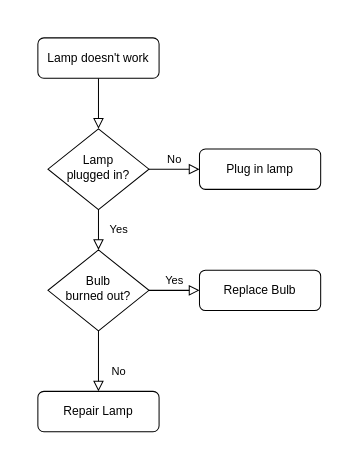
This is Untitled Diagram.drawio from Adeolu-Aremu/AIoT-Energy-Meter, a draw.io file, before an edit. Source tidied: cells renumbered, new cells numbered last; positions are measured from the earlier drawing's top-left corner, leaving out a move shared by most shapes. Both pictures are drawn from the tidied source at 101%, with x=0, y=0 at pixel (37, 37).
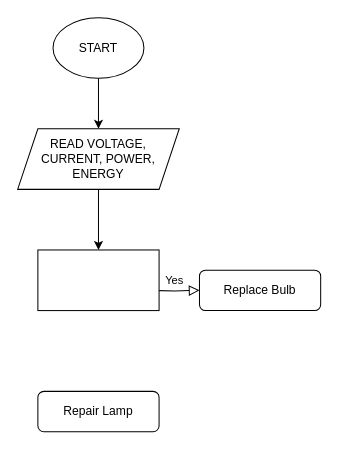
After the change.

Change to the diagram source:
```diff
@@
 <mxGraphModel>
   <root>
     <mxCell id="0" />
     <mxCell id="1" parent="0" />
-    <mxCell id="2" style="rounded=0;html=1;jettySize=auto;fontSize=11;endArrow=block;endFill=0;endSize=8;strokeWidth=1;shadow=0;labelBackgroundColor=none;edgeStyle=orthogonalEdgeStyle;" parent="1" edge="1" source="3" target="6">
-      <mxGeometry relative="1" as="geometry" />
-    </mxCell>
-    <mxCell id="3" value="Lamp doesn't work" style="rounded=1;whiteSpace=wrap;html=1;fontSize=12;glass=0;strokeWidth=1;shadow=0;" parent="1" vertex="1">
-      <mxGeometry width="120" height="40" as="geometry" />
-    </mxCell>
-    <mxCell id="4" value="Yes" style="rounded=0;html=1;jettySize=auto;fontSize=11;endArrow=block;endFill=0;endSize=8;strokeWidth=1;shadow=0;labelBackgroundColor=none;edgeStyle=orthogonalEdgeStyle;" parent="1" edge="1" source="6" target="10">
-      <mxGeometry y="20" relative="1" as="geometry" />
-    </mxCell>
-    <mxCell id="5" value="No" style="edgeStyle=orthogonalEdgeStyle;rounded=0;html=1;jettySize=auto;fontSize=11;endArrow=block;endFill=0;endSize=8;strokeWidth=1;shadow=0;labelBackgroundColor=none;" parent="1" edge="1" source="6" target="7">
-      <mxGeometry y="10" relative="1" as="geometry" />
-    </mxCell>
-    <mxCell id="6" value="Lamp&lt;br&gt;plugged in?" style="rhombus;whiteSpace=wrap;html=1;shadow=0;fontFamily=Helvetica;fontSize=12;align=center;strokeWidth=1;spacing=6;spacingTop=-4;" parent="1" vertex="1">
-      <mxGeometry x="10" y="90" width="100" height="80" as="geometry" />
-    </mxCell>
-    <mxCell id="7" value="Plug in lamp" style="rounded=1;whiteSpace=wrap;html=1;fontSize=12;glass=0;strokeWidth=1;shadow=0;" parent="1" vertex="1">
-      <mxGeometry x="160" y="110" width="120" height="40" as="geometry" />
-    </mxCell>
-    <mxCell id="8" value="No" style="rounded=0;html=1;jettySize=auto;fontSize=11;endArrow=block;endFill=0;endSize=8;strokeWidth=1;shadow=0;labelBackgroundColor=none;edgeStyle=orthogonalEdgeStyle;" parent="1" edge="1" source="10" target="11">
-      <mxGeometry x="0.33" y="20" relative="1" as="geometry" />
-    </mxCell>
-    <mxCell id="9" value="Yes" style="edgeStyle=orthogonalEdgeStyle;rounded=0;html=1;jettySize=auto;fontSize=11;endArrow=block;endFill=0;endSize=8;strokeWidth=1;shadow=0;labelBackgroundColor=none;" parent="1" edge="1" source="10" target="12">
-      <mxGeometry y="10" relative="1" as="geometry" />
+    <mxCell id="9" value="Yes" style="edgeStyle=orthogonalEdgeStyle;rounded=0;html=1;jettySize=auto;fontSize=11;endArrow=block;endFill=0;endSize=8;strokeWidth=1;shadow=0;labelBackgroundColor=none;" parent="1" edge="1" target="12">
+      <mxGeometry y="10" relative="1" as="geometry">
+        <mxPoint x="110" y="250" as="sourcePoint" />
+      </mxGeometry>
     </mxCell>
-    <mxCell id="10" value="Bulb&lt;br&gt;burned out?" style="rhombus;whiteSpace=wrap;html=1;shadow=0;fontFamily=Helvetica;fontSize=12;align=center;strokeWidth=1;spacing=6;spacingTop=-4;" parent="1" vertex="1">
-      <mxGeometry x="10" y="210" width="100" height="80" as="geometry" />
-    </mxCell>
     <mxCell id="11" value="Repair Lamp" style="rounded=1;whiteSpace=wrap;html=1;fontSize=12;glass=0;strokeWidth=1;shadow=0;" parent="1" vertex="1">
       <mxGeometry y="350" width="120" height="40" as="geometry" />
     </mxCell>
     <mxCell id="12" value="Replace Bulb" style="rounded=1;whiteSpace=wrap;html=1;fontSize=12;glass=0;strokeWidth=1;shadow=0;" parent="1" vertex="1">
       <mxGeometry x="160" y="230" width="120" height="40" as="geometry" />
     </mxCell>
+    <mxCell id="13" style="edgeStyle=orthogonalEdgeStyle;rounded=0;jettySize=auto;html=1;" parent="1" edge="1" source="14" target="16">
+      <mxGeometry relative="1" as="geometry" />
+    </mxCell>
+    <mxCell id="14" value="START" style="ellipse;whiteSpace=wrap;html=1;" parent="1" vertex="1">
+      <mxGeometry x="15" y="-20" width="90" height="60" as="geometry" />
+    </mxCell>
+    <mxCell id="15" style="edgeStyle=orthogonalEdgeStyle;rounded=0;jettySize=auto;html=1;" parent="1" edge="1" source="16" target="17">
+      <mxGeometry relative="1" as="geometry" />
+    </mxCell>
+    <mxCell id="16" value="READ VOLTAGE, CURRENT, POWER, ENERGY" style="shape=parallelogram;perimeter=parallelogramPerimeter;whiteSpace=wrap;html=1;fixedSize=1;" parent="1" vertex="1">
+      <mxGeometry x="-20" y="90" width="160" height="60" as="geometry" />
+    </mxCell>
+    <mxCell id="17" style="rounded=0;whiteSpace=wrap;html=1;" parent="1" vertex="1">
+      <mxGeometry y="210" width="120" height="60" as="geometry" />
+    </mxCell>
   </root>
 </mxGraphModel>
```
